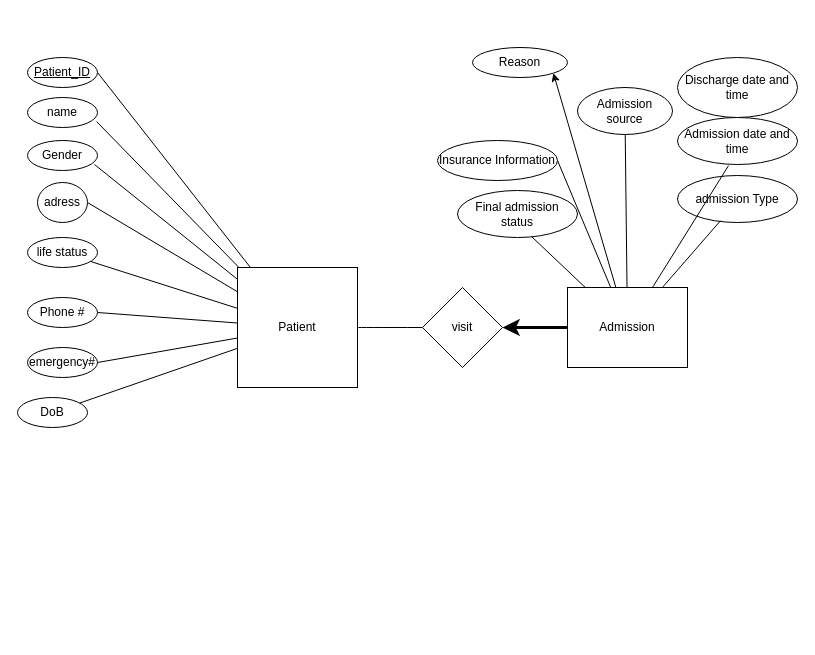
The draw.io diagram project.drawio in fmvemba22/SOEN363, before the edit. Source tidied: cells renumbered, new cells numbered last; positions are measured from the earlier drawing's top-left corner, leaving out a move shared by most shapes. Both pictures are drawn from the tidied source at 100%, with x=0, y=0 at pixel (17, 47).
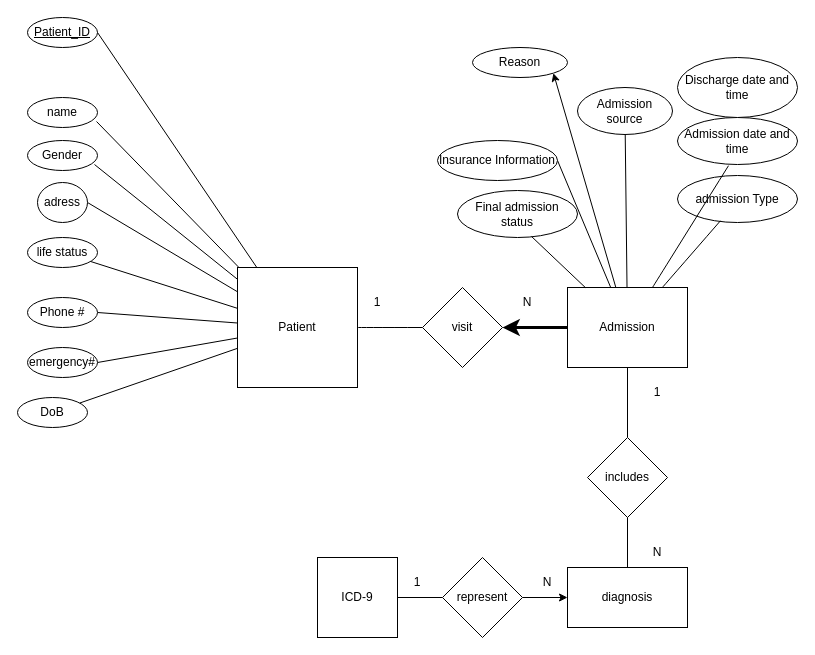
Above is the later version.

Unchanged cells that the change refers to:
```xml
<mxCell id="20" value="Admission" style="rounded=0;whiteSpace=wrap;html=1;" parent="1" vertex="1">
  <mxGeometry x="550" y="240" width="120" height="80" as="geometry" />
</mxCell>
```

Change to the diagram source:
```diff
@@
+    <mxCell id="36" style="edgeStyle=orthogonalEdgeStyle;rounded=0;jettySize=auto;html=1;entryX=0.5;entryY=0;entryDx=0;entryDy=0;fontFamily=Helvetica;fontSize=12;fontColor=default;endArrow=none;endFill=0;" parent="1" edge="1" source="20" target="37">
+      <mxGeometry relative="1" as="geometry" />
+    </mxCell>
@@
     <mxCell id="31" value="&lt;u&gt;Patient_ID&lt;/u&gt;" style="ellipse;whiteSpace=wrap;html=1;shapeInside=1;" parent="1" vertex="1">
-      <mxGeometry x="10" y="10" width="70" height="30" as="geometry" />
+      <mxGeometry x="10" y="-30" width="70" height="30" as="geometry" />
     </mxCell>
@@
+    <mxCell id="37" value="includes" style="rhombus;whiteSpace=wrap;html=1;shapeInside=1;" parent="1" vertex="1">
+      <mxGeometry x="570" y="390" width="80" height="80" as="geometry" />
+    </mxCell>
+    <mxCell id="38" style="edgeStyle=orthogonalEdgeStyle;rounded=0;jettySize=auto;html=1;entryX=0.5;entryY=1;entryDx=0;entryDy=0;fontFamily=Helvetica;fontSize=12;fontColor=default;endArrow=none;endFill=0;" parent="1" edge="1" source="39" target="37">
+      <mxGeometry relative="1" as="geometry" />
+    </mxCell>
+    <mxCell id="39" value="diagnosis" style="rounded=0;whiteSpace=wrap;html=1;" parent="1" vertex="1">
+      <mxGeometry x="550" y="520" width="120" height="60" as="geometry" />
+    </mxCell>
+    <mxCell id="40" style="edgeStyle=orthogonalEdgeStyle;rounded=0;jettySize=auto;html=1;entryX=0;entryY=0.5;entryDx=0;entryDy=0;fontFamily=Helvetica;fontSize=12;fontColor=default;endArrow=none;endFill=0;" parent="1" edge="1" source="41" target="43">
+      <mxGeometry relative="1" as="geometry" />
+    </mxCell>
+    <mxCell id="41" value="ICD-9" style="whiteSpace=wrap;html=1;" parent="1" vertex="1">
+      <mxGeometry x="300" y="510" width="80" height="80" as="geometry" />
+    </mxCell>
+    <mxCell id="42" style="edgeStyle=orthogonalEdgeStyle;rounded=0;jettySize=auto;html=1;entryX=0;entryY=0.5;entryDx=0;entryDy=0;fontFamily=Helvetica;fontSize=12;fontColor=default;" parent="1" edge="1" source="43" target="39">
+      <mxGeometry relative="1" as="geometry" />
+    </mxCell>
+    <mxCell id="43" value="represent" style="rhombus;whiteSpace=wrap;html=1;shapeInside=1;" parent="1" vertex="1">
+      <mxGeometry x="425" y="510" width="80" height="80" as="geometry" />
+    </mxCell>
+    <mxCell id="44" value="1" style="text;html=1;whiteSpace=wrap;strokeColor=none;fillColor=none;align=center;verticalAlign=middle;rounded=0;" parent="1" vertex="1">
+      <mxGeometry x="330" y="240" width="60" height="30" as="geometry" />
+    </mxCell>
+    <mxCell id="45" value="N" style="text;html=1;whiteSpace=wrap;strokeColor=none;fillColor=none;align=center;verticalAlign=middle;rounded=0;" parent="1" vertex="1">
+      <mxGeometry x="480" y="240" width="60" height="30" as="geometry" />
+    </mxCell>
+    <mxCell id="46" value="1" style="text;html=1;whiteSpace=wrap;strokeColor=none;fillColor=none;align=center;verticalAlign=middle;rounded=0;" parent="1" vertex="1">
+      <mxGeometry x="610" y="330" width="60" height="30" as="geometry" />
+    </mxCell>
+    <mxCell id="47" value="N" style="text;html=1;whiteSpace=wrap;strokeColor=none;fillColor=none;align=center;verticalAlign=middle;rounded=0;" parent="1" vertex="1">
+      <mxGeometry x="610" y="490" width="60" height="30" as="geometry" />
+    </mxCell>
+    <mxCell id="48" value="1" style="text;html=1;whiteSpace=wrap;strokeColor=none;fillColor=none;align=center;verticalAlign=middle;rounded=0;" parent="1" vertex="1">
+      <mxGeometry x="370" y="520" width="60" height="30" as="geometry" />
+    </mxCell>
+    <mxCell id="49" value="N" style="text;html=1;whiteSpace=wrap;strokeColor=none;fillColor=none;align=center;verticalAlign=middle;rounded=0;" parent="1" vertex="1">
+      <mxGeometry x="500" y="520" width="60" height="30" as="geometry" />
+    </mxCell>
```
